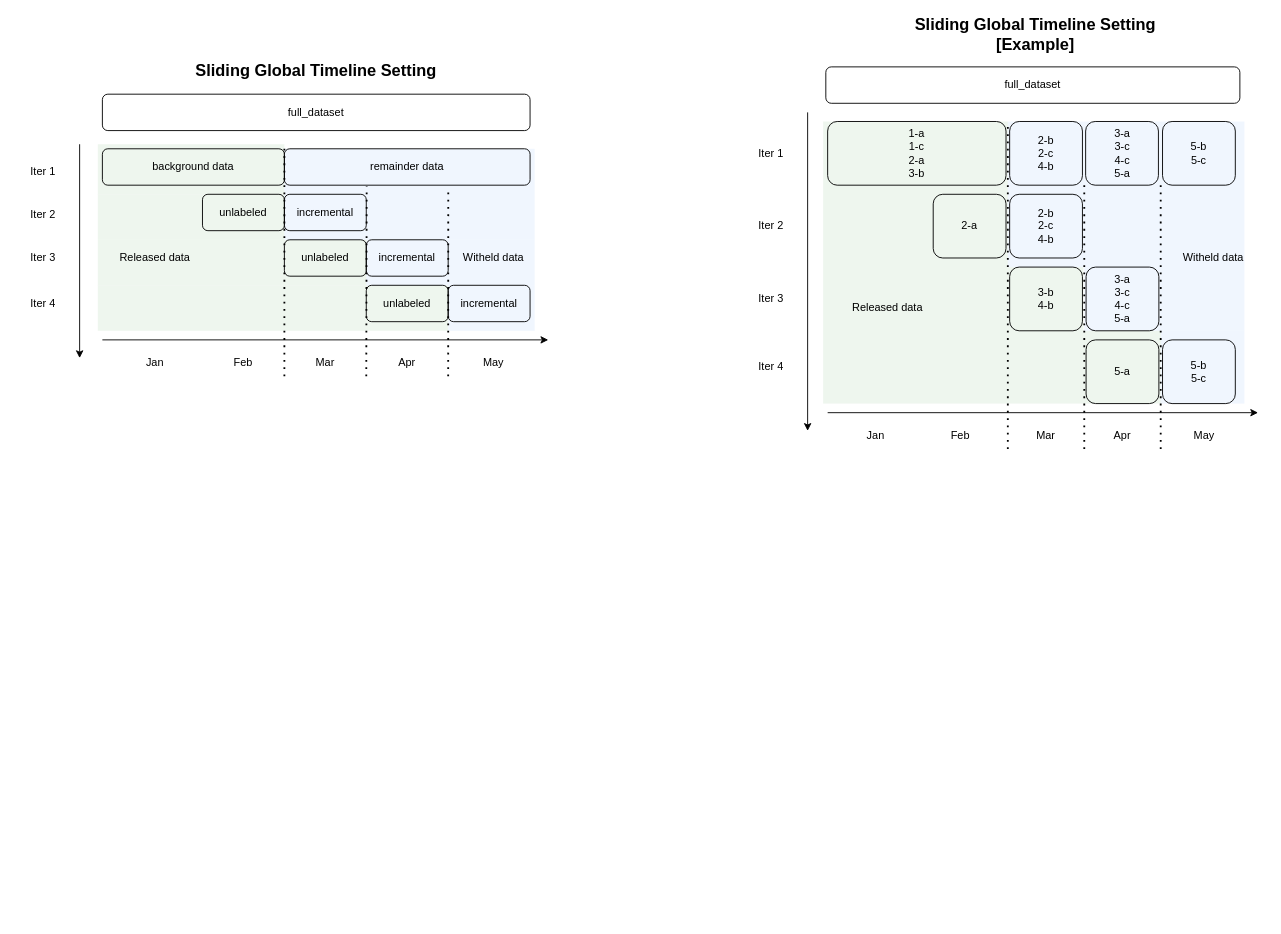
Above: page "data_split_view" (4 of 15) of docs/diagram/sliding_setting_scheme.drawio in HiIAmTzeKean/streamsight (draw.io), before the change. Source tidied: cells renumbered, new cells numbered last; positions are measured from the earlier drawing's top-left corner, leaving out a move shared by most shapes. Both pictures are drawn from the tidied source at 91%, with x=0, y=0 at pixel (15, 21).
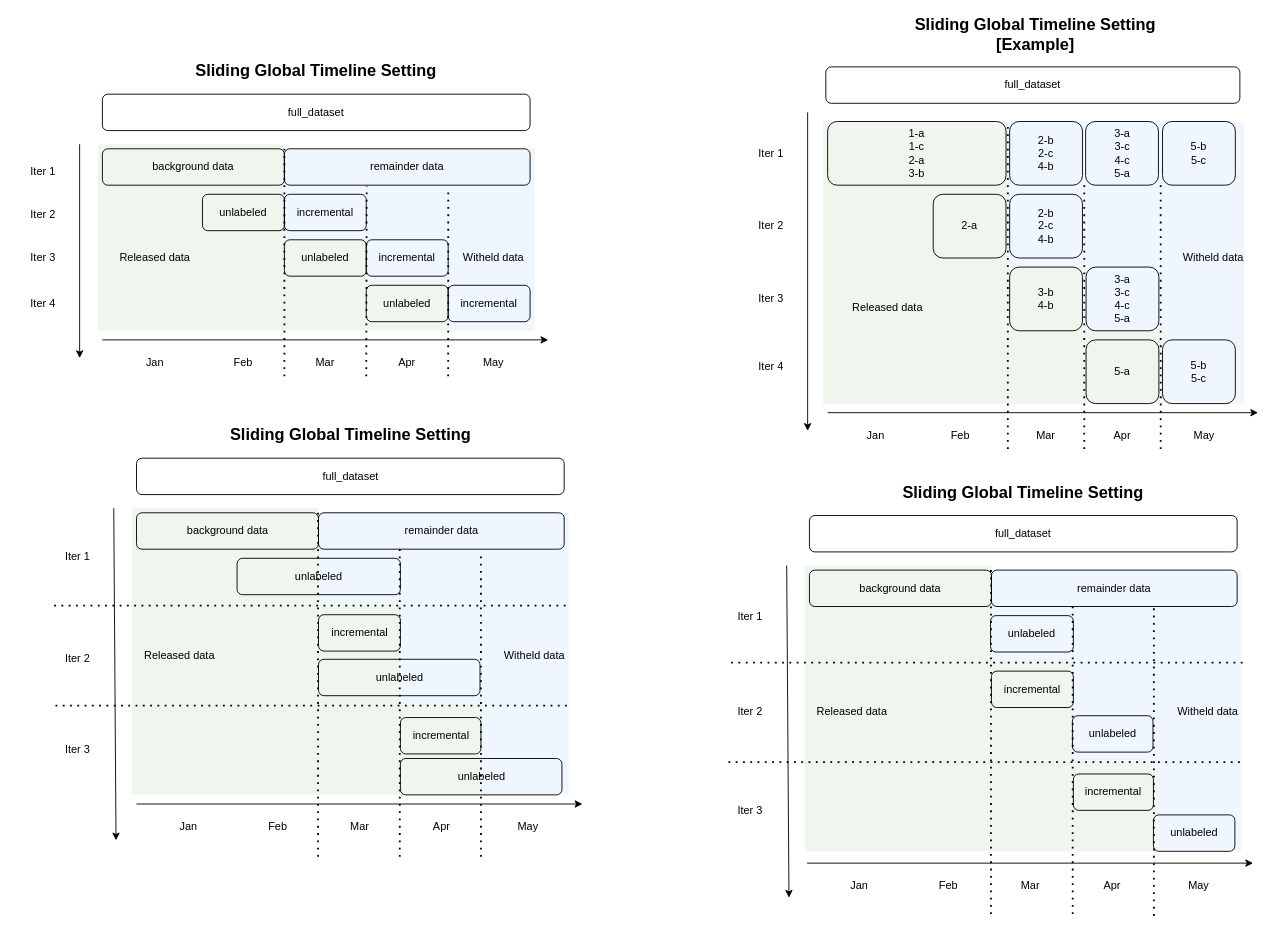
The same diagram, later.

The edit, as a diff of the source:
```diff
@@
-    <mxCell id="62" style="group;" parent="1" vertex="1">
-      <mxGeometry x="50" y="410" width="600" height="374" as="geometry" />
-    </mxCell>
-    <mxCell id="63" style="rounded=0;whiteSpace=wrap;html=1;fillColor=none;strokeColor=none;" parent="62" vertex="1">
-      <mxGeometry y="8.3" width="595.8" height="365.7" as="geometry" />
-    </mxCell>
@@
+    <mxCell id="71" style="rounded=0;whiteSpace=wrap;html=1;strokeColor=none;fillColor=#d5e8d4;opacity=40;" parent="1" vertex="1">
+      <mxGeometry x="127.5" y="535" width="205" height="55" as="geometry" />
+    </mxCell>
+    <mxCell id="72" style="rounded=0;whiteSpace=wrap;html=1;strokeColor=none;fillColor=#d5e8d4;opacity=40;" parent="1" vertex="1">
+      <mxGeometry x="127.5" y="590" width="205" height="52" as="geometry" />
+    </mxCell>
+    <mxCell id="73" style="rounded=0;whiteSpace=wrap;html=1;strokeColor=none;fillColor=#d5e8d4;opacity=40;" parent="1" vertex="1">
+      <mxGeometry x="127.5" y="642" width="295" height="110" as="geometry" />
+    </mxCell>
+    <mxCell id="74" style="rounded=0;whiteSpace=wrap;html=1;strokeColor=none;fillColor=#d5e8d4;opacity=40;" parent="1" vertex="1">
+      <mxGeometry x="127.5" y="752" width="385" height="98" as="geometry" />
+    </mxCell>
+    <mxCell id="75" style="rounded=0;whiteSpace=wrap;html=1;strokeColor=none;fillColor=#dae8fc;gradientColor=none;opacity=40;" parent="1" vertex="1">
+      <mxGeometry x="332.5" y="540" width="275" height="102" as="geometry" />
+    </mxCell>
+    <mxCell id="76" style="rounded=0;whiteSpace=wrap;html=1;strokeColor=none;fillColor=#dae8fc;gradientColor=none;opacity=40;" parent="1" vertex="1">
+      <mxGeometry x="422.5" y="642" width="185" height="110" as="geometry" />
+    </mxCell>
+    <mxCell id="77" style="rounded=0;whiteSpace=wrap;html=1;strokeColor=none;fillColor=#dae8fc;gradientColor=none;opacity=40;" parent="1" vertex="1">
+      <mxGeometry x="512.5" y="752" width="95" height="98" as="geometry" />
+    </mxCell>
+    <mxCell id="78" value="background data" style="rounded=1;whiteSpace=wrap;html=1;fillColor=none;" parent="1" vertex="1">
+      <mxGeometry x="132.5" y="540" width="200" height="40" as="geometry" />
+    </mxCell>
+    <mxCell id="79" value="remainder data" style="rounded=1;whiteSpace=wrap;html=1;fillColor=none;" parent="1" vertex="1">
+      <mxGeometry x="332.5" y="540" width="270" height="40" as="geometry" />
+    </mxCell>
+    <mxCell id="80" value="unlabeled" style="rounded=1;whiteSpace=wrap;html=1;fillColor=none;" parent="1" vertex="1">
+      <mxGeometry x="243" y="590" width="179.5" height="40" as="geometry" />
+    </mxCell>
+    <mxCell id="81" value="incremental" style="rounded=1;whiteSpace=wrap;html=1;fillColor=none;" parent="1" vertex="1">
+      <mxGeometry x="332.5" y="652" width="90" height="40" as="geometry" />
+    </mxCell>
+    <mxCell id="82" value="unlabeled" style="rounded=1;whiteSpace=wrap;html=1;fillColor=none;" parent="1" vertex="1">
+      <mxGeometry x="332.5" y="701" width="177.5" height="40" as="geometry" />
+    </mxCell>
+    <mxCell id="83" value="incremental" style="rounded=1;whiteSpace=wrap;html=1;fillColor=none;" parent="1" vertex="1">
+      <mxGeometry x="422.5" y="765" width="88.5" height="40" as="geometry" />
+    </mxCell>
+    <mxCell id="84" value="Released data" style="text;html=1;align=center;verticalAlign=middle;whiteSpace=wrap;rounded=0;" parent="1" vertex="1">
+      <mxGeometry x="129.5" y="682" width="100" height="30" as="geometry" />
+    </mxCell>
+    <mxCell id="85" value="Witheld data" style="text;html=1;align=center;verticalAlign=middle;whiteSpace=wrap;rounded=0;" parent="1" vertex="1">
+      <mxGeometry x="520" y="682" width="100" height="30" as="geometry" />
+    </mxCell>
+    <mxCell id="86" value="full_dataset" style="rounded=1;whiteSpace=wrap;html=1;" parent="1" vertex="1">
+      <mxGeometry x="132.5" y="480" width="470" height="40" as="geometry" />
+    </mxCell>
+    <mxCell id="87" value="Sliding Global Timeline Setting" style="text;html=1;align=center;verticalAlign=middle;whiteSpace=wrap;rounded=0;fontStyle=1;fontSize=18;" parent="1" vertex="1">
+      <mxGeometry x="229.5" y="440" width="276" height="30" as="geometry" />
+    </mxCell>
+    <mxCell id="88" style="endArrow=none;dashed=1;html=1;dashPattern=1 3;strokeWidth=2;rounded=0;" parent="1" edge="1">
+      <mxGeometry relative="1" as="geometry">
+        <mxPoint x="332" y="918" as="sourcePoint" />
+        <mxPoint x="332" y="540" as="targetPoint" />
+      </mxGeometry>
+    </mxCell>
+    <mxCell id="89" style="endArrow=classic;html=1;rounded=0;" parent="1" edge="1">
+      <mxGeometry relative="1" as="geometry">
+        <mxPoint x="132.5" y="860" as="sourcePoint" />
+        <mxPoint x="622.5" y="860" as="targetPoint" />
+      </mxGeometry>
+    </mxCell>
+    <mxCell id="90" value="Jan" style="text;html=1;align=center;verticalAlign=middle;whiteSpace=wrap;rounded=0;" parent="1" vertex="1">
+      <mxGeometry x="160" y="870" width="60" height="30" as="geometry" />
+    </mxCell>
+    <mxCell id="91" value="Mar" style="text;html=1;align=center;verticalAlign=middle;whiteSpace=wrap;rounded=0;" parent="1" vertex="1">
+      <mxGeometry x="347.5" y="870" width="60" height="30" as="geometry" />
+    </mxCell>
+    <mxCell id="92" value="Apr" style="text;html=1;align=center;verticalAlign=middle;whiteSpace=wrap;rounded=0;" parent="1" vertex="1">
+      <mxGeometry x="437.5" y="870" width="60" height="30" as="geometry" />
+    </mxCell>
+    <mxCell id="93" value="May" style="text;html=1;align=center;verticalAlign=middle;whiteSpace=wrap;rounded=0;" parent="1" vertex="1">
+      <mxGeometry x="532.5" y="870" width="60" height="30" as="geometry" />
+    </mxCell>
+    <mxCell id="94" value="Feb" style="text;html=1;align=center;verticalAlign=middle;whiteSpace=wrap;rounded=0;" parent="1" vertex="1">
+      <mxGeometry x="257.5" y="870" width="60" height="30" as="geometry" />
+    </mxCell>
+    <mxCell id="95" style="endArrow=classic;html=1;rounded=0;" parent="1" edge="1">
+      <mxGeometry relative="1" as="geometry">
+        <mxPoint x="107.5" y="535" as="sourcePoint" />
+        <mxPoint x="110" y="900" as="targetPoint" />
+      </mxGeometry>
+    </mxCell>
+    <mxCell id="96" value="Iter 1" style="text;html=1;align=center;verticalAlign=middle;whiteSpace=wrap;rounded=0;" parent="1" vertex="1">
+      <mxGeometry x="37.5" y="573" width="60" height="30" as="geometry" />
+    </mxCell>
+    <mxCell id="97" value="Iter 2" style="text;html=1;align=center;verticalAlign=middle;whiteSpace=wrap;rounded=0;" parent="1" vertex="1">
+      <mxGeometry x="37.5" y="686" width="60" height="30" as="geometry" />
+    </mxCell>
+    <mxCell id="98" value="Iter 3" style="text;html=1;align=center;verticalAlign=middle;whiteSpace=wrap;rounded=0;" parent="1" vertex="1">
+      <mxGeometry x="37.5" y="786" width="60" height="30" as="geometry" />
+    </mxCell>
+    <mxCell id="99" style="endArrow=none;dashed=1;html=1;dashPattern=1 3;strokeWidth=2;rounded=0;" parent="1" edge="1">
+      <mxGeometry relative="1" as="geometry">
+        <mxPoint x="42" y="642" as="sourcePoint" />
+        <mxPoint x="608" y="642" as="targetPoint" />
+      </mxGeometry>
+    </mxCell>
+    <mxCell id="100" style="endArrow=none;dashed=1;html=1;dashPattern=1 3;strokeWidth=2;rounded=0;" parent="1" edge="1">
+      <mxGeometry relative="1" as="geometry">
+        <mxPoint x="43.5" y="752" as="sourcePoint" />
+        <mxPoint x="607.5" y="752" as="targetPoint" />
+      </mxGeometry>
+    </mxCell>
+    <mxCell id="101" value="unlabeled" style="rounded=1;whiteSpace=wrap;html=1;fillColor=none;" parent="1" vertex="1">
+      <mxGeometry x="422.5" y="810" width="177.5" height="40" as="geometry" />
+    </mxCell>
+    <mxCell id="102" style="endArrow=none;dashed=1;html=1;dashPattern=1 3;strokeWidth=2;rounded=0;" parent="1" edge="1">
+      <mxGeometry relative="1" as="geometry">
+        <mxPoint x="421.8" y="918" as="sourcePoint" />
+        <mxPoint x="421.8" y="578" as="targetPoint" />
+      </mxGeometry>
+    </mxCell>
+    <mxCell id="103" style="endArrow=none;dashed=1;html=1;dashPattern=1 3;strokeWidth=2;rounded=0;entryX=0.661;entryY=1.05;entryDx=0;entryDy=0;entryPerimeter=0;" parent="1" edge="1" target="79">
+      <mxGeometry relative="1" as="geometry">
+        <mxPoint x="511" y="918" as="sourcePoint" />
+      </mxGeometry>
+    </mxCell>
+    <mxCell id="104" style="rounded=0;whiteSpace=wrap;html=1;strokeColor=none;fillColor=#d5e8d4;opacity=40;" parent="1" vertex="1">
+      <mxGeometry x="867" y="598" width="205" height="55" as="geometry" />
+    </mxCell>
+    <mxCell id="105" style="rounded=0;whiteSpace=wrap;html=1;strokeColor=none;fillColor=#d5e8d4;opacity=40;" parent="1" vertex="1">
+      <mxGeometry x="867" y="653" width="205" height="51" as="geometry" />
+    </mxCell>
+    <mxCell id="106" style="rounded=0;whiteSpace=wrap;html=1;strokeColor=none;fillColor=#d5e8d4;opacity=40;" parent="1" vertex="1">
+      <mxGeometry x="867" y="704" width="295" height="110" as="geometry" />
+    </mxCell>
+    <mxCell id="107" style="rounded=0;whiteSpace=wrap;html=1;strokeColor=none;fillColor=#d5e8d4;opacity=40;" parent="1" vertex="1">
+      <mxGeometry x="867" y="814" width="385" height="98" as="geometry" />
+    </mxCell>
+    <mxCell id="108" style="rounded=0;whiteSpace=wrap;html=1;strokeColor=none;fillColor=#dae8fc;gradientColor=none;opacity=40;" parent="1" vertex="1">
+      <mxGeometry x="1072" y="603" width="275" height="101" as="geometry" />
+    </mxCell>
+    <mxCell id="109" style="rounded=0;whiteSpace=wrap;html=1;strokeColor=none;fillColor=#dae8fc;gradientColor=none;opacity=40;" parent="1" vertex="1">
+      <mxGeometry x="1162" y="704" width="185" height="110" as="geometry" />
+    </mxCell>
+    <mxCell id="110" style="rounded=0;whiteSpace=wrap;html=1;strokeColor=none;fillColor=#dae8fc;gradientColor=none;opacity=40;" parent="1" vertex="1">
+      <mxGeometry x="1252" y="814" width="95" height="98" as="geometry" />
+    </mxCell>
+    <mxCell id="111" value="background data" style="rounded=1;whiteSpace=wrap;html=1;fillColor=none;" parent="1" vertex="1">
+      <mxGeometry x="872" y="603" width="200" height="40" as="geometry" />
+    </mxCell>
+    <mxCell id="112" value="remainder data" style="rounded=1;whiteSpace=wrap;html=1;fillColor=none;" parent="1" vertex="1">
+      <mxGeometry x="1072" y="603" width="270" height="40" as="geometry" />
+    </mxCell>
+    <mxCell id="113" value="unlabeled" style="rounded=1;whiteSpace=wrap;html=1;fillColor=none;" parent="1" vertex="1">
+      <mxGeometry x="1071" y="653" width="91" height="40" as="geometry" />
+    </mxCell>
+    <mxCell id="114" value="incremental" style="rounded=1;whiteSpace=wrap;html=1;fillColor=none;" parent="1" vertex="1">
+      <mxGeometry x="1072" y="714" width="90" height="40" as="geometry" />
+    </mxCell>
+    <mxCell id="115" value="unlabeled" style="rounded=1;whiteSpace=wrap;html=1;fillColor=none;" parent="1" vertex="1">
+      <mxGeometry x="1161" y="763" width="88.5" height="40" as="geometry" />
+    </mxCell>
+    <mxCell id="116" value="incremental" style="rounded=1;whiteSpace=wrap;html=1;fillColor=none;" parent="1" vertex="1">
+      <mxGeometry x="1162" y="827" width="88" height="40" as="geometry" />
+    </mxCell>
+    <mxCell id="117" value="Released data" style="text;html=1;align=center;verticalAlign=middle;whiteSpace=wrap;rounded=0;" parent="1" vertex="1">
+      <mxGeometry x="869" y="744" width="100" height="30" as="geometry" />
+    </mxCell>
+    <mxCell id="118" value="Witheld data" style="text;html=1;align=center;verticalAlign=middle;whiteSpace=wrap;rounded=0;" parent="1" vertex="1">
+      <mxGeometry x="1259.5" y="744" width="100" height="30" as="geometry" />
+    </mxCell>
+    <mxCell id="119" value="full_dataset" style="rounded=1;whiteSpace=wrap;html=1;" parent="1" vertex="1">
+      <mxGeometry x="872" y="543" width="470" height="40" as="geometry" />
+    </mxCell>
+    <mxCell id="120" value="Sliding Global Timeline Setting" style="text;html=1;align=center;verticalAlign=middle;whiteSpace=wrap;rounded=0;fontStyle=1;fontSize=18;" parent="1" vertex="1">
+      <mxGeometry x="969" y="503" width="276" height="30" as="geometry" />
+    </mxCell>
+    <mxCell id="121" style="endArrow=none;dashed=1;html=1;dashPattern=1 3;strokeWidth=2;rounded=0;" parent="1" edge="1">
+      <mxGeometry relative="1" as="geometry">
+        <mxPoint x="1071.5" y="981" as="sourcePoint" />
+        <mxPoint x="1071.5" y="603" as="targetPoint" />
+      </mxGeometry>
+    </mxCell>
+    <mxCell id="122" style="endArrow=classic;html=1;rounded=0;" parent="1" edge="1">
+      <mxGeometry relative="1" as="geometry">
+        <mxPoint x="869.5" y="925" as="sourcePoint" />
+        <mxPoint x="1359.5" y="925" as="targetPoint" />
+      </mxGeometry>
+    </mxCell>
+    <mxCell id="123" value="Jan" style="text;html=1;align=center;verticalAlign=middle;whiteSpace=wrap;rounded=0;" parent="1" vertex="1">
+      <mxGeometry x="897" y="935" width="60" height="30" as="geometry" />
+    </mxCell>
+    <mxCell id="124" value="Mar" style="text;html=1;align=center;verticalAlign=middle;whiteSpace=wrap;rounded=0;" parent="1" vertex="1">
+      <mxGeometry x="1084.5" y="935" width="60" height="30" as="geometry" />
+    </mxCell>
+    <mxCell id="125" value="Apr" style="text;html=1;align=center;verticalAlign=middle;whiteSpace=wrap;rounded=0;" parent="1" vertex="1">
+      <mxGeometry x="1174.5" y="935" width="60" height="30" as="geometry" />
+    </mxCell>
+    <mxCell id="126" value="May" style="text;html=1;align=center;verticalAlign=middle;whiteSpace=wrap;rounded=0;" parent="1" vertex="1">
+      <mxGeometry x="1269.5" y="935" width="60" height="30" as="geometry" />
+    </mxCell>
+    <mxCell id="127" value="Feb" style="text;html=1;align=center;verticalAlign=middle;whiteSpace=wrap;rounded=0;" parent="1" vertex="1">
+      <mxGeometry x="994.5" y="935" width="60" height="30" as="geometry" />
+    </mxCell>
+    <mxCell id="128" style="endArrow=classic;html=1;rounded=0;" parent="1" edge="1">
+      <mxGeometry relative="1" as="geometry">
+        <mxPoint x="847" y="598" as="sourcePoint" />
+        <mxPoint x="849.5" y="963" as="targetPoint" />
+      </mxGeometry>
+    </mxCell>
+    <mxCell id="129" value="Iter 1" style="text;html=1;align=center;verticalAlign=middle;whiteSpace=wrap;rounded=0;" parent="1" vertex="1">
+      <mxGeometry x="777" y="638.5" width="60" height="30" as="geometry" />
+    </mxCell>
+    <mxCell id="130" value="Iter 2" style="text;html=1;align=center;verticalAlign=middle;whiteSpace=wrap;rounded=0;" parent="1" vertex="1">
+      <mxGeometry x="777" y="744" width="60" height="30" as="geometry" />
+    </mxCell>
+    <mxCell id="131" value="Iter 3" style="text;html=1;align=center;verticalAlign=middle;whiteSpace=wrap;rounded=0;" parent="1" vertex="1">
+      <mxGeometry x="777" y="853" width="60" height="30" as="geometry" />
+    </mxCell>
+    <mxCell id="132" style="endArrow=none;dashed=1;html=1;dashPattern=1 3;strokeWidth=2;rounded=0;" parent="1" edge="1">
+      <mxGeometry relative="1" as="geometry">
+        <mxPoint x="786" y="704.6" as="sourcePoint" />
+        <mxPoint x="1350" y="704.6" as="targetPoint" />
+      </mxGeometry>
+    </mxCell>
+    <mxCell id="133" style="endArrow=none;dashed=1;html=1;dashPattern=1 3;strokeWidth=2;rounded=0;" parent="1" edge="1">
+      <mxGeometry relative="1" as="geometry">
+        <mxPoint x="783" y="814" as="sourcePoint" />
+        <mxPoint x="1347" y="814" as="targetPoint" />
+      </mxGeometry>
+    </mxCell>
+    <mxCell id="134" value="unlabeled" style="rounded=1;whiteSpace=wrap;html=1;fillColor=none;" parent="1" vertex="1">
+      <mxGeometry x="1250" y="872" width="89.5" height="40" as="geometry" />
+    </mxCell>
+    <mxCell id="135" style="endArrow=none;dashed=1;html=1;dashPattern=1 3;strokeWidth=2;rounded=0;" parent="1" edge="1">
+      <mxGeometry relative="1" as="geometry">
+        <mxPoint x="1161.3" y="981" as="sourcePoint" />
+        <mxPoint x="1161.3" y="641" as="targetPoint" />
+      </mxGeometry>
+    </mxCell>
+    <mxCell id="136" style="endArrow=none;dashed=1;html=1;dashPattern=1 3;strokeWidth=2;rounded=0;entryX=0.661;entryY=1.05;entryDx=0;entryDy=0;entryPerimeter=0;" parent="1" edge="1" target="112">
+      <mxGeometry relative="1" as="geometry">
+        <mxPoint x="1250.5" y="983" as="sourcePoint" />
+      </mxGeometry>
+    </mxCell>
```
